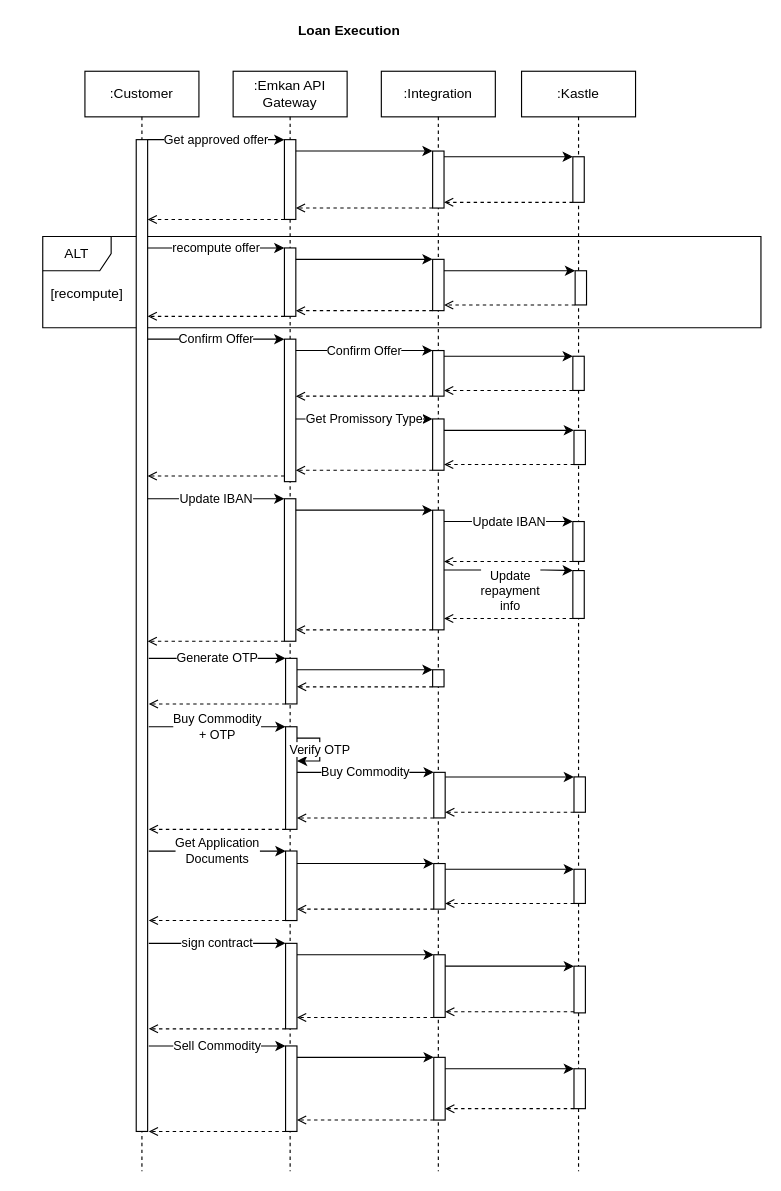
Above: page "Loan Execution" (2 of 27) of Direct_PF-daigrams-drawio.drawio in MHosnii/DrawIo (draw.io), before the change. Source tidied: cells renumbered, new cells numbered last; positions are measured from the earlier drawing's top-left corner, leaving out a move shared by most shapes. Both pictures are drawn from the tidied source at 114%, with x=0, y=0 at pixel (42, 19).
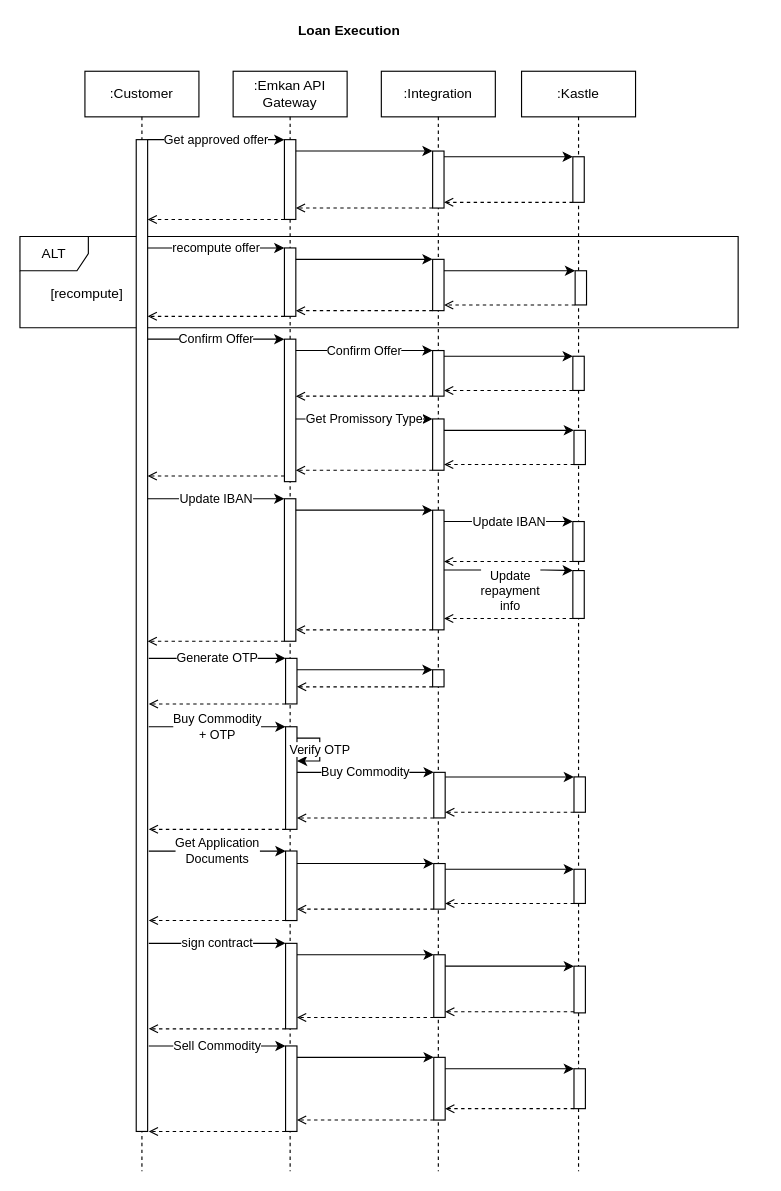
After the change.

The edit, as a diff of the source:
```diff
@@
-    <mxCell id="2" value="ALT" style="shape=umlFrame;whiteSpace=wrap;html=1;" parent="1" vertex="1">
-      <mxGeometry y="190" width="630" height="80" as="geometry" />
+    <mxCell id="2" value="ALT" style="shape=umlFrame;whiteSpace=wrap;html=1;width=60;height=30;" parent="1" vertex="1">
+      <mxGeometry x="-20" y="190" width="630" height="80" as="geometry" />
     </mxCell>
```
